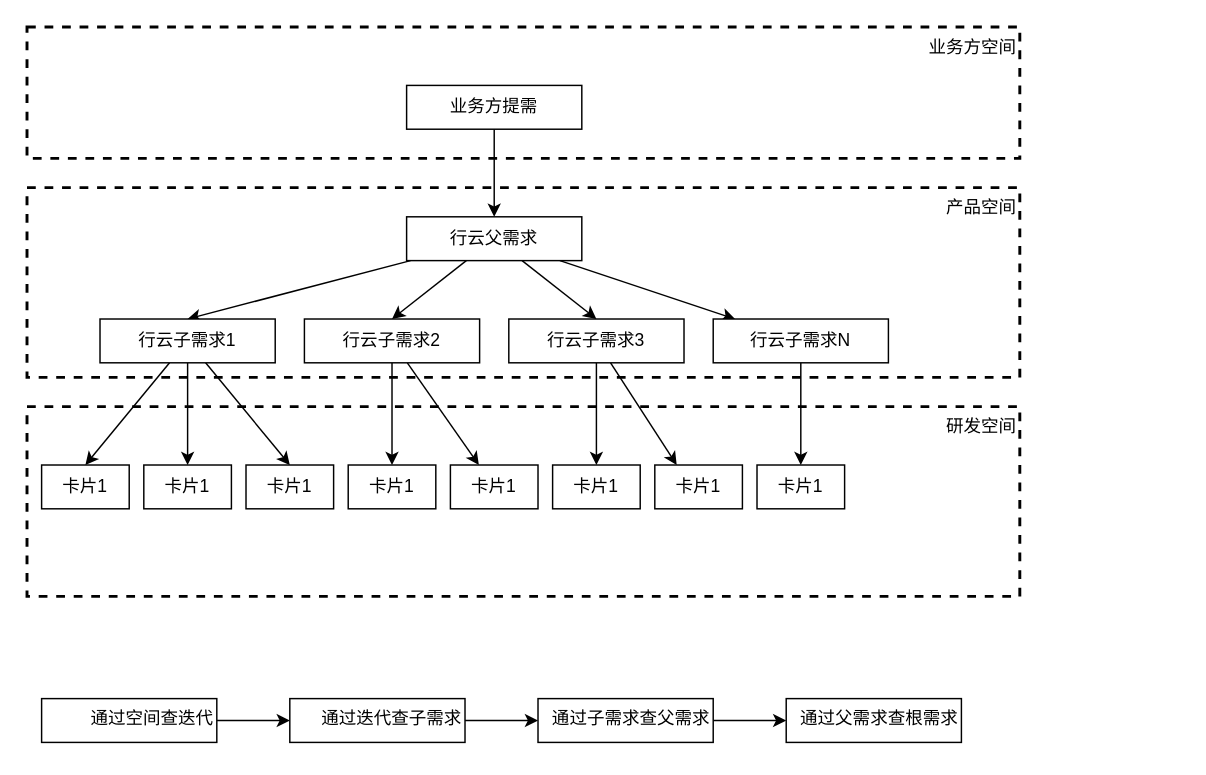
Earlier version of the draw.io diagram page "打通行云相关" (7 of 10) of 需求ROI评估.drawio (lihongliang1989/diagram). Source tidied: cells renumbered, new cells numbered last; positions are measured from the earlier drawing's top-left corner, leaving out a move shared by most shapes. Both pictures are drawn from the tidied source at 146%, with x=0, y=0 at pixel (26, 26).
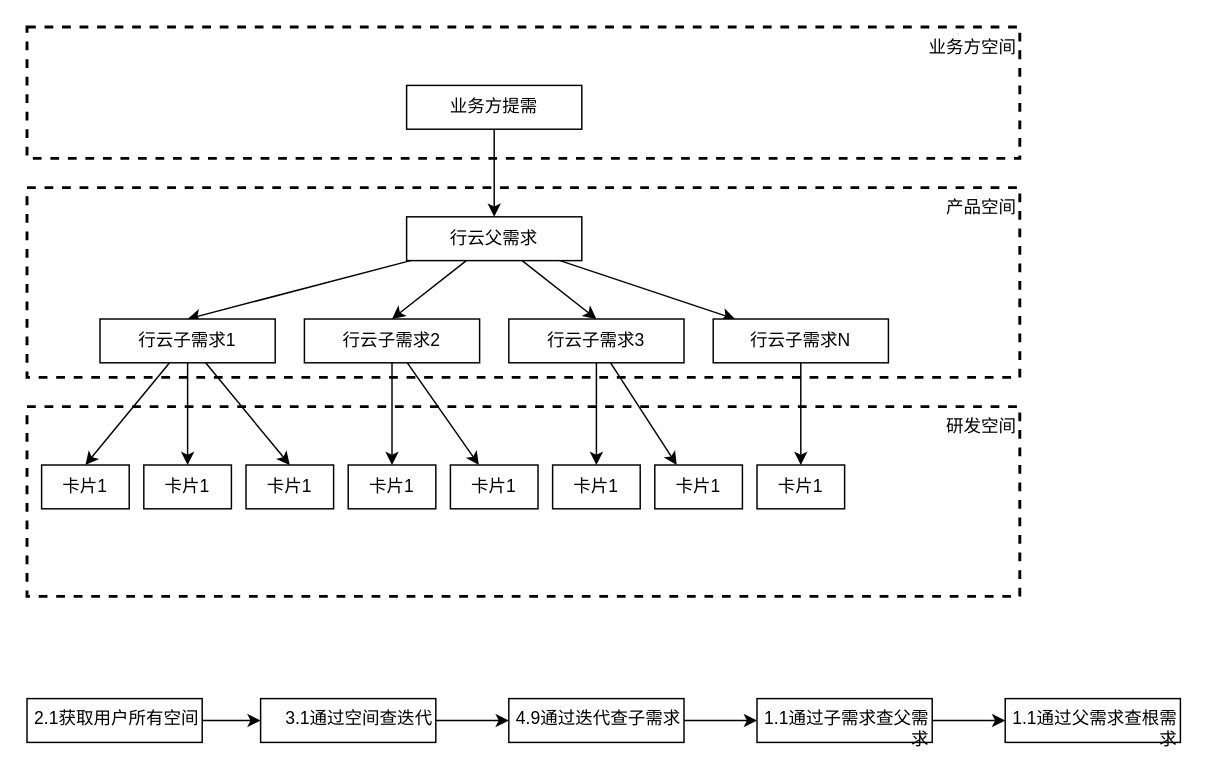
After the change.

The edit, as a diff of the source:
```diff
@@
-    <mxCell id="33" value="通过空间查迭代" style="rounded=0;whiteSpace=wrap;html=1;strokeWidth=1;align=right;verticalAlign=top;" parent="1" vertex="1">
-      <mxGeometry x="10" y="460" width="120" height="30" as="geometry" />
+    <mxCell id="33" value="3.1通过空间查迭代" style="rounded=0;whiteSpace=wrap;html=1;strokeWidth=1;align=right;verticalAlign=top;" parent="1" vertex="1">
+      <mxGeometry x="160" y="460" width="120" height="30" as="geometry" />
     </mxCell>
@@
-    <mxCell id="35" value="通过迭代查子需求" style="rounded=0;whiteSpace=wrap;html=1;strokeWidth=1;align=right;verticalAlign=top;" parent="1" vertex="1">
-      <mxGeometry x="180" y="460" width="120" height="30" as="geometry" />
+    <mxCell id="35" value="4.9通过迭代查子需求" style="rounded=0;whiteSpace=wrap;html=1;strokeWidth=1;align=right;verticalAlign=top;" parent="1" vertex="1">
+      <mxGeometry x="330" y="460" width="120" height="30" as="geometry" />
     </mxCell>
@@
-    <mxCell id="37" value="通过子需求查父需求" style="rounded=0;whiteSpace=wrap;html=1;strokeWidth=1;align=right;verticalAlign=top;" parent="1" vertex="1">
-      <mxGeometry x="350" y="460" width="120" height="30" as="geometry" />
+    <mxCell id="37" value="1.1通过子需求查父需求" style="rounded=0;whiteSpace=wrap;html=1;strokeWidth=1;align=right;verticalAlign=top;" parent="1" vertex="1">
+      <mxGeometry x="500" y="460" width="120" height="30" as="geometry" />
     </mxCell>
-    <mxCell id="38" value="通过父需求查根需求" style="rounded=0;whiteSpace=wrap;html=1;strokeWidth=1;align=right;verticalAlign=top;" parent="1" vertex="1">
-      <mxGeometry x="520" y="460" width="120" height="30" as="geometry" />
+    <mxCell id="38" value="1.1通过父需求查根需求" style="rounded=0;whiteSpace=wrap;html=1;strokeWidth=1;align=right;verticalAlign=top;" parent="1" vertex="1">
+      <mxGeometry x="670" y="460" width="120" height="30" as="geometry" />
     </mxCell>
+    <mxCell id="39" style="edgeStyle=none;rounded=1;jumpStyle=gap;jettySize=auto;html=1;entryX=0;entryY=0.5;entryDx=0;entryDy=0;startSize=6;endSize=6;targetPerimeterSpacing=0;" parent="1" edge="1" source="40" target="33">
+      <mxGeometry relative="1" as="geometry" />
+    </mxCell>
+    <mxCell id="40" value="2.1获取用户所有空间" style="rounded=0;whiteSpace=wrap;html=1;strokeWidth=1;align=right;verticalAlign=top;" parent="1" vertex="1">
+      <mxGeometry y="460" width="120" height="30" as="geometry" />
+    </mxCell>
```
